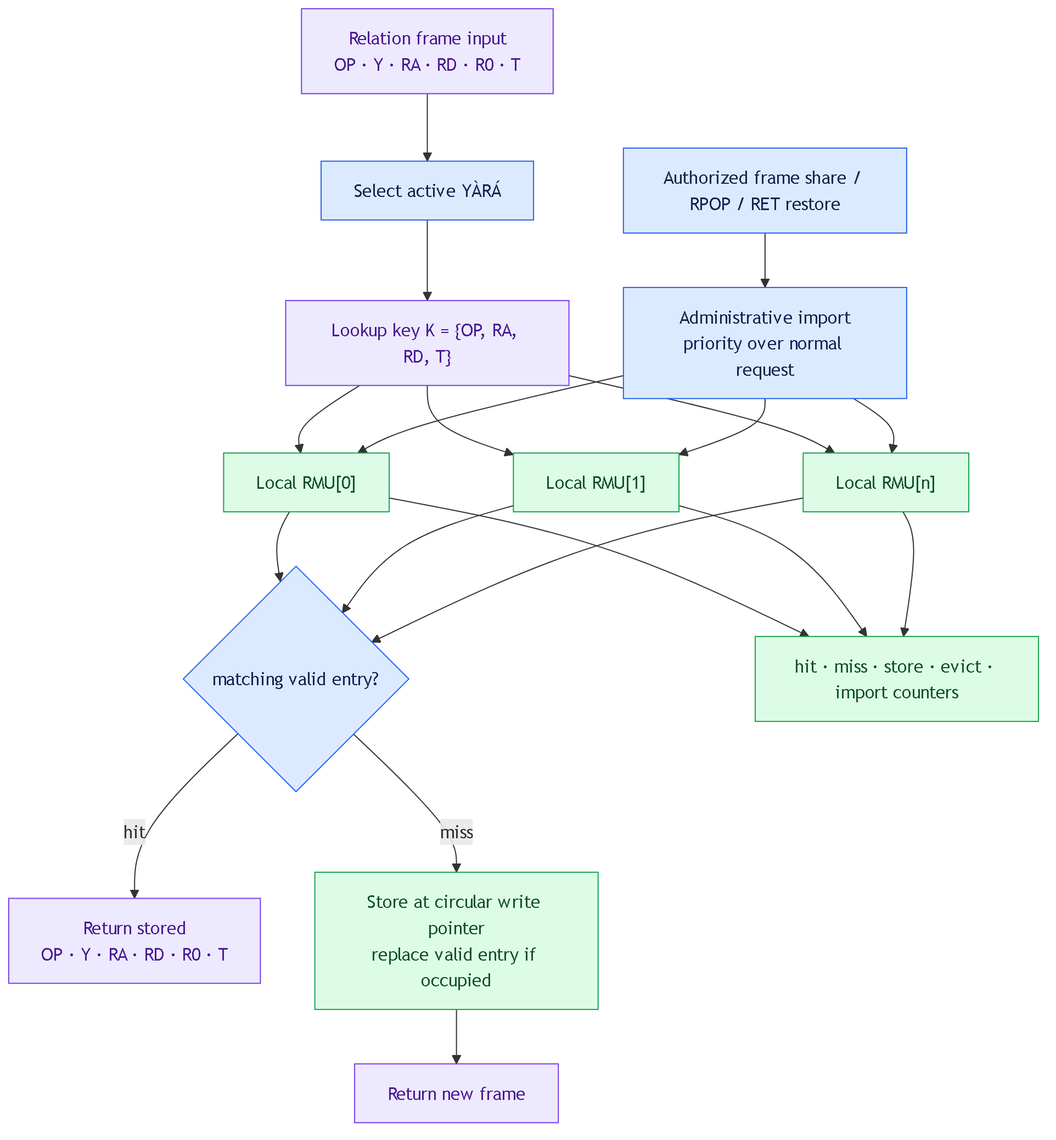
This is docs/architecture/07-relation-memory-architecture.png from SirBullion/ifa_processor, a Mermaid export, as it was before one commit. Its source is kept beside it as docs/architecture/07-relation-memory-architecture.mmd.
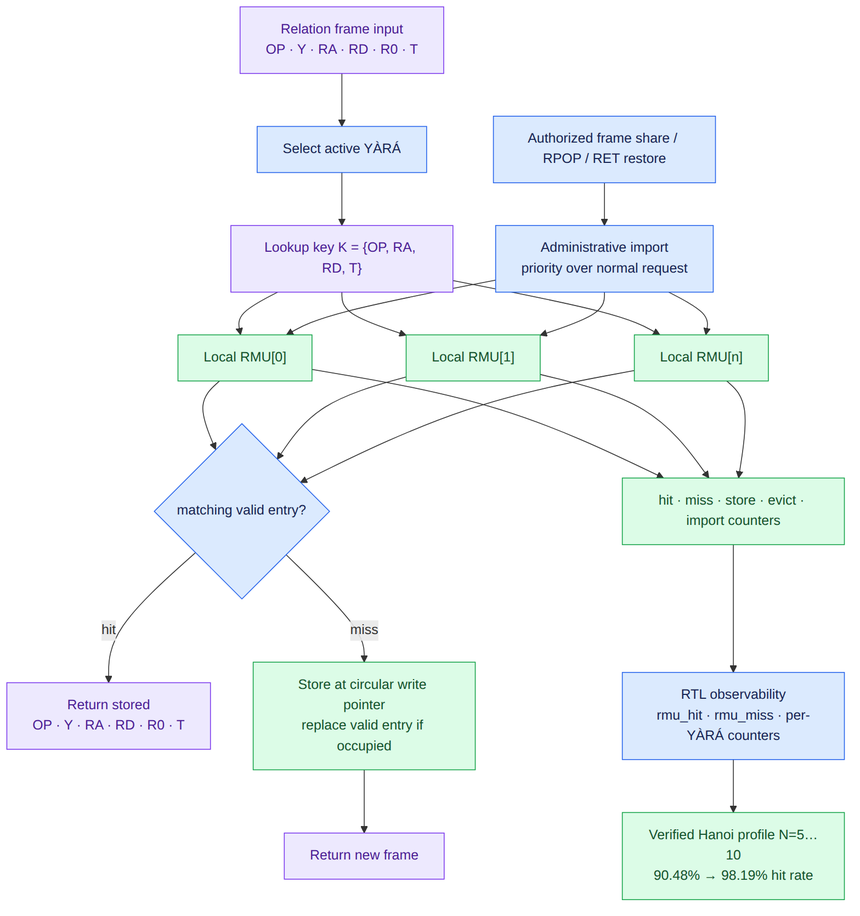
After the change.

Change to the diagram source:
```diff
@@ -16,8 +16,10 @@
   RMU0 --> STATS["hit · miss · store · evict · import counters"]
   RMU1 --> STATS
   RMUN --> STATS
+  STATS --> OBS["RTL observability\nrmu_hit · rmu_miss · per-YÀRÁ counters"]
+  OBS --> PROF["Verified Hanoi profile N=5…10\n90.48% → 98.19% hit rate"]
 
   classDef frame fill:#ede9fe,color:#4c1d95,stroke:#7c3aed;
   classDef memory fill:#dcfce7,color:#14532d,stroke:#16a34a;
   classDef control fill:#dbeafe,color:#172554,stroke:#2563eb;
-  class F,KEY,HIT,MISS frame; class RMU0,RMU1,RMUN,STORE,STATS memory; class SEL,MATCH,ADMIN,IMP control;
+  class F,KEY,HIT,MISS frame; class RMU0,RMU1,RMUN,STORE,STATS,PROF memory; class SEL,MATCH,ADMIN,IMP,OBS control;
```
